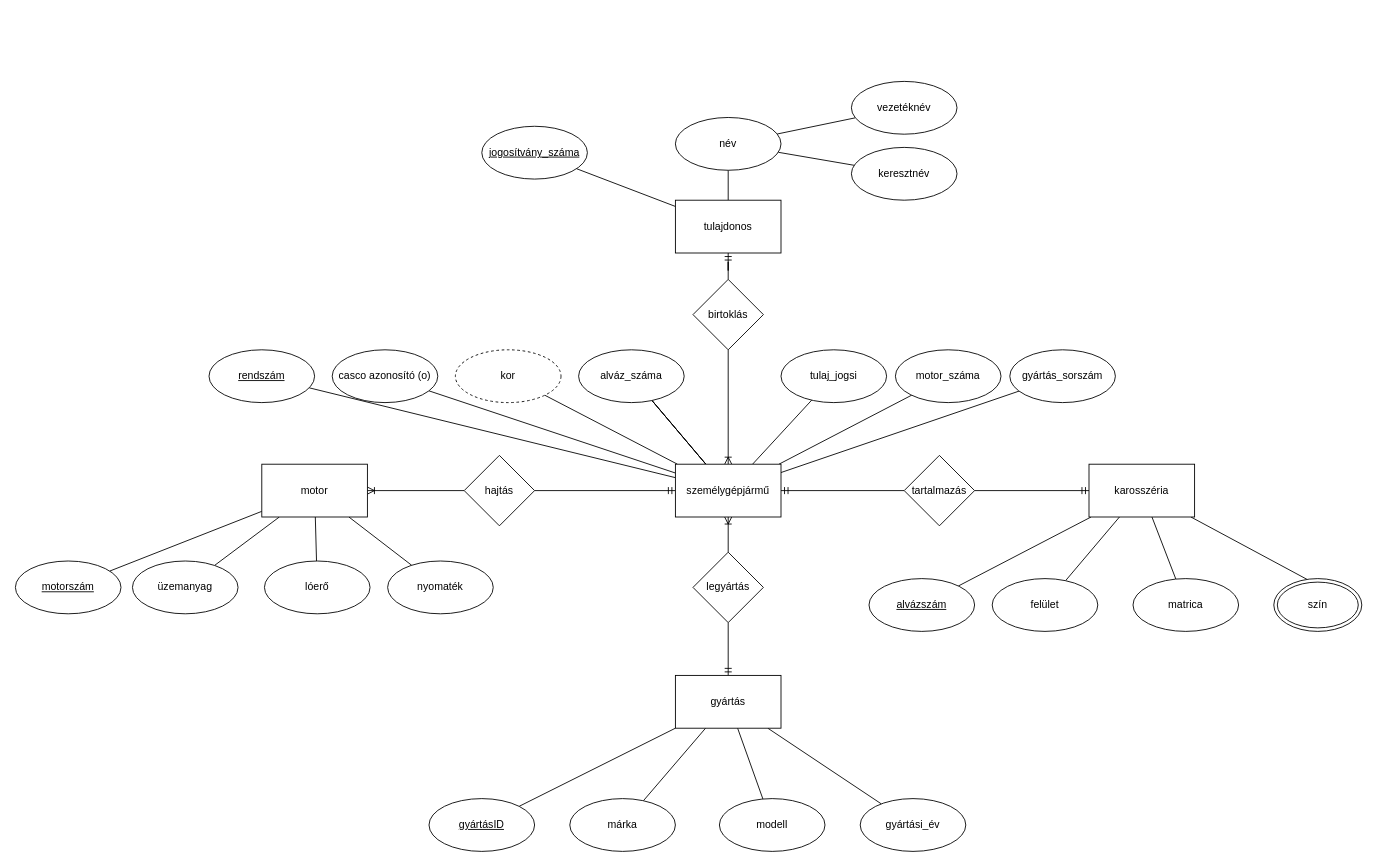
Before: XMLTaskIGRYHL/ERIGRYHL.drawio in SomodyMate/IGRYHL_XMLGyak, a draw.io diagram. Source tidied: cells renumbered, new cells numbered last; positions are measured from the earlier drawing's top-left corner, leaving out a move shared by most shapes. Both pictures are drawn from the tidied source at 88%, with x=0, y=0 at pixel (15, 81).
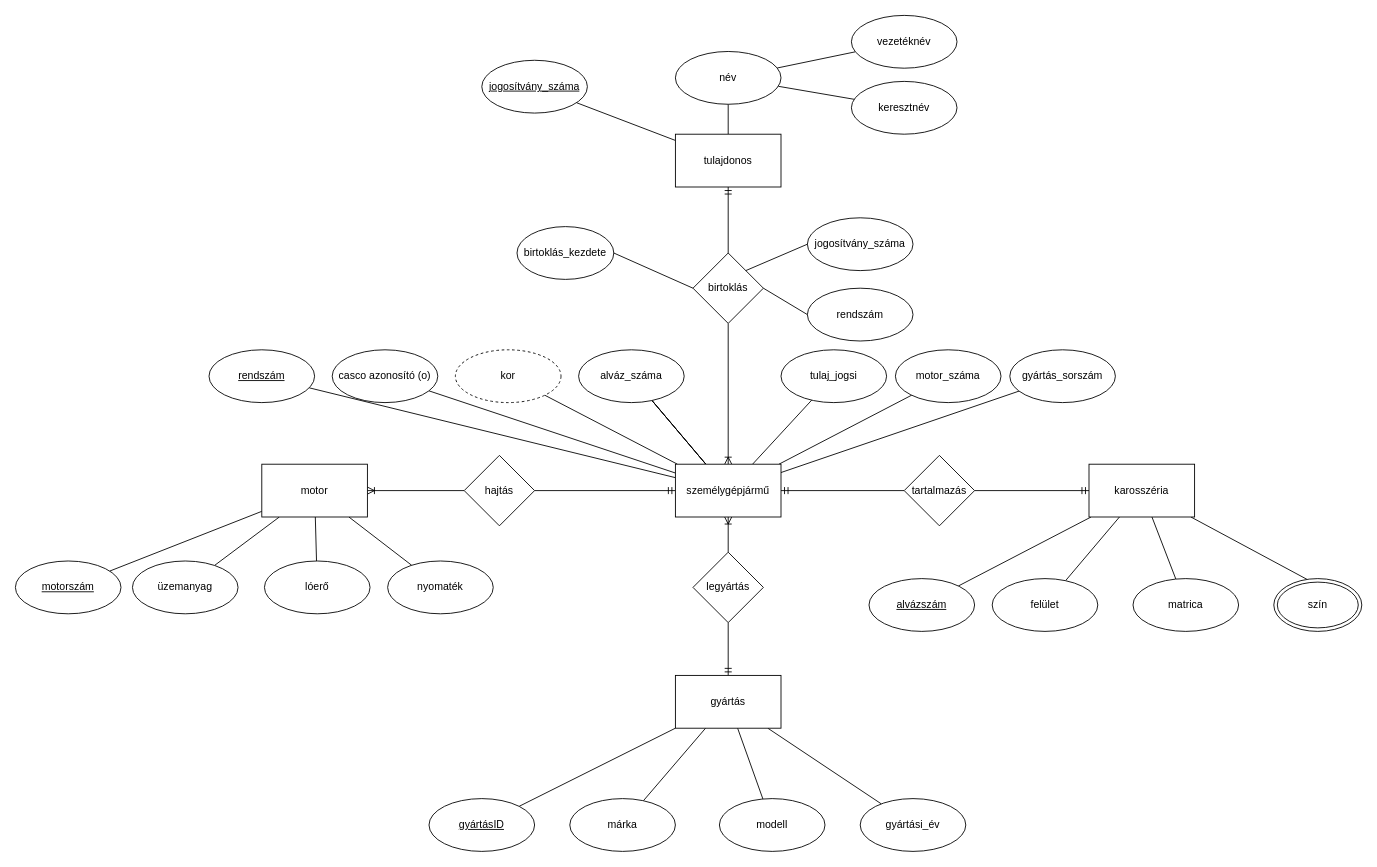
After the change.

The edit, as a diff of the source:
```diff
@@
-    <mxCell id="16" style="edgeStyle=orthogonalEdgeStyle;rounded=0;jettySize=auto;html=1;endArrow=ERmandOne;endFill=0;" parent="1" edge="1" source="17" target="20">
+    <mxCell id="16" style="edgeStyle=orthogonalEdgeStyle;rounded=0;jettySize=auto;html=1;endArrow=ERmandOne;endFill=0;exitX=0.5;exitY=0;exitDx=0;exitDy=0;" parent="1" edge="1" source="17" target="20">
       <mxGeometry relative="1" as="geometry" />
     </mxCell>
     <mxCell id="17" value="birtoklás" style="rhombus;whiteSpace=wrap;html=1;rounded=0;" parent="1" vertex="1">
-      <mxGeometry x="770" y="225" width="80" height="80" as="geometry" />
+      <mxGeometry x="770" y="195" width="80" height="80" as="geometry" />
     </mxCell>
@@
     <mxCell id="20" value="tulajdonos" style="whiteSpace=wrap;html=1;rounded=0;" parent="1" vertex="1">
-      <mxGeometry x="750" y="135" width="120" height="60" as="geometry" />
+      <mxGeometry x="750" y="60" width="120" height="60" as="geometry" />
     </mxCell>
@@
     <mxCell id="49" value="jogosítvány_száma" style="ellipse;whiteSpace=wrap;html=1;rounded=0;fontStyle=4;" parent="1" vertex="1">
-      <mxGeometry x="530" y="51" width="120" height="60" as="geometry" />
+      <mxGeometry x="530" y="-24" width="120" height="60" as="geometry" />
     </mxCell>
@@
     <mxCell id="52" value="név" style="ellipse;whiteSpace=wrap;html=1;rounded=0;" parent="1" vertex="1">
-      <mxGeometry x="750" y="41" width="120" height="60" as="geometry" />
+      <mxGeometry x="750" y="-34" width="120" height="60" as="geometry" />
     </mxCell>
     <mxCell id="53" value="vezetéknév" style="ellipse;whiteSpace=wrap;html=1;rounded=0;" parent="1" vertex="1">
-      <mxGeometry x="950" width="120" height="60" as="geometry" />
+      <mxGeometry x="950" y="-75" width="120" height="60" as="geometry" />
     </mxCell>
     <mxCell id="54" value="keresztnév" style="ellipse;whiteSpace=wrap;html=1;rounded=0;" parent="1" vertex="1">
-      <mxGeometry x="950" y="75" width="120" height="60" as="geometry" />
+      <mxGeometry x="950" width="120" height="60" as="geometry" />
     </mxCell>
@@
+    <mxCell id="67" value="birtoklás_kezdete" style="ellipse;whiteSpace=wrap;html=1;rounded=0;" parent="1" vertex="1">
+      <mxGeometry x="570" y="165" width="110" height="60" as="geometry" />
+    </mxCell>
+    <mxCell id="68" style="endArrow=none;html=1;rounded=0;entryX=0;entryY=0.5;entryDx=0;entryDy=0;exitX=1;exitY=0.5;exitDx=0;exitDy=0;" parent="1" edge="1" source="67" target="17">
+      <mxGeometry relative="1" as="geometry" />
+    </mxCell>
+    <mxCell id="69" value="rendszám" style="ellipse;whiteSpace=wrap;html=1;rounded=0;fontStyle=0;" parent="1" vertex="1">
+      <mxGeometry x="900" y="235" width="120" height="60" as="geometry" />
+    </mxCell>
+    <mxCell id="70" style="endArrow=none;html=1;rounded=0;entryX=0;entryY=0.5;entryDx=0;entryDy=0;exitX=1;exitY=0.5;exitDx=0;exitDy=0;" parent="1" edge="1" source="17" target="69">
+      <mxGeometry relative="1" as="geometry" />
+    </mxCell>
+    <mxCell id="71" value="jogosítvány_száma" style="ellipse;whiteSpace=wrap;html=1;rounded=0;fontStyle=0;" parent="1" vertex="1">
+      <mxGeometry x="900" y="155" width="120" height="60" as="geometry" />
+    </mxCell>
+    <mxCell id="72" style="endArrow=none;html=1;rounded=0;entryX=0;entryY=0.5;entryDx=0;entryDy=0;exitX=1;exitY=0;exitDx=0;exitDy=0;" parent="1" edge="1" source="17" target="71">
+      <mxGeometry relative="1" as="geometry" />
+    </mxCell>
```
